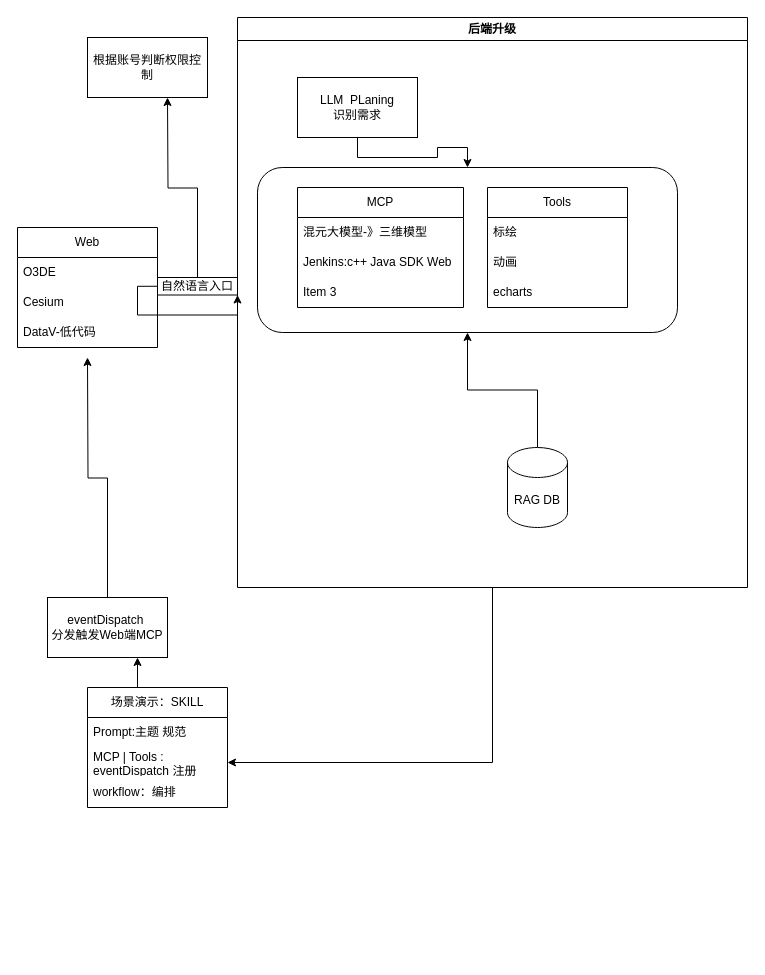
Before: Web端项目AI升级通用架构图.drawio in atrulekeep/draw, a draw.io diagram. Source tidied: cells renumbered, new cells numbered last; positions are measured from the earlier drawing's top-left corner, leaving out a move shared by most shapes. Both pictures are drawn from the tidied source at 100%, with x=0, y=0 at pixel (17, 17).
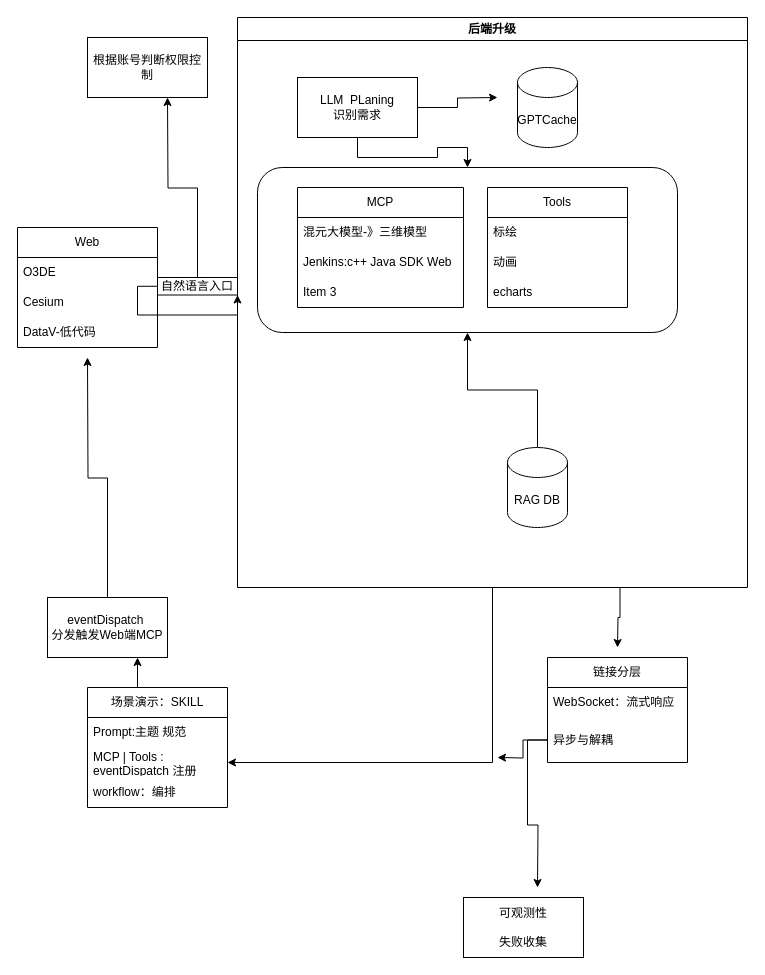
The same page after the edit.

Commit message:
更新Web端项目AI升级通用架构图.drawio

The change refers to these unchanged cells:
```xml
<mxCell id="16" value="后端升级" style="swimlane;whiteSpace=wrap;html=1;" parent="1" vertex="1">
  <mxGeometry x="220" width="510" height="570" as="geometry" />
</mxCell>
<mxCell id="19" value="LLM&amp;nbsp; PLaning&lt;div&gt;识别需求&lt;/div&gt;" style="rounded=0;whiteSpace=wrap;html=1;" parent="16" vertex="1">
  <mxGeometry x="60" y="60" width="120" height="60" as="geometry" />
</mxCell>
```

What changed in the source:
```diff
@@
+    <mxCell id="32" style="edgeStyle=orthogonalEdgeStyle;rounded=0;jettySize=auto;html=1;exitX=0.75;exitY=1;exitDx=0;exitDy=0;" parent="1" edge="1" source="16">
+      <mxGeometry relative="1" as="geometry">
+        <mxPoint x="600" y="630" as="targetPoint" />
+      </mxGeometry>
+    </mxCell>
@@
+    <mxCell id="33" style="edgeStyle=orthogonalEdgeStyle;rounded=0;jettySize=auto;html=1;" parent="16" edge="1" source="19">
+      <mxGeometry relative="1" as="geometry">
+        <mxPoint x="260" y="80" as="targetPoint" />
+      </mxGeometry>
+    </mxCell>
@@
+    <mxCell id="34" value="GPTCache" style="shape=cylinder3;whiteSpace=wrap;html=1;boundedLbl=1;backgroundOutline=1;size=15;" parent="16" vertex="1">
+      <mxGeometry x="280" y="50" width="60" height="80" as="geometry" />
+    </mxCell>
@@
+    <mxCell id="35" value="链接分层" style="swimlane;fontStyle=0;horizontal=1;startSize=30;whiteSpace=wrap;html=1;" parent="1" vertex="1">
+      <mxGeometry x="530" y="640" width="140" height="105" as="geometry" />
+    </mxCell>
+    <mxCell id="36" value="WebSocket：流式响应" style="text;strokeColor=none;fillColor=none;align=left;verticalAlign=middle;spacingLeft=4;spacingRight=4;overflow=hidden;whiteSpace=wrap;html=1;" parent="35" vertex="1">
+      <mxGeometry y="30" width="140" height="30" as="geometry" />
+    </mxCell>
+    <mxCell id="37" style="edgeStyle=orthogonalEdgeStyle;rounded=0;jettySize=auto;html=1;" parent="35" edge="1" source="39">
+      <mxGeometry relative="1" as="geometry">
+        <mxPoint x="-50" y="100" as="targetPoint" />
+      </mxGeometry>
+    </mxCell>
+    <mxCell id="38" style="edgeStyle=orthogonalEdgeStyle;rounded=0;jettySize=auto;html=1;" parent="35" edge="1" source="39">
+      <mxGeometry relative="1" as="geometry">
+        <mxPoint x="-10" y="230" as="targetPoint" />
+      </mxGeometry>
+    </mxCell>
+    <mxCell id="39" value="异步与解耦" style="text;strokeColor=none;fillColor=none;align=left;verticalAlign=middle;spacingLeft=4;spacingRight=4;overflow=hidden;points=[[0,0.5],[1,0.5]];portConstraint=eastwest;whiteSpace=wrap;html=1;" parent="35" vertex="1">
+      <mxGeometry y="60" width="140" height="45" as="geometry" />
+    </mxCell>
+    <mxCell id="40" value="可观测性&lt;div&gt;&lt;br&gt;&lt;/div&gt;&lt;div&gt;失败收集&lt;/div&gt;" style="rounded=0;whiteSpace=wrap;html=1;" parent="1" vertex="1">
+      <mxGeometry x="446" y="880" width="120" height="60" as="geometry" />
+    </mxCell>
```
